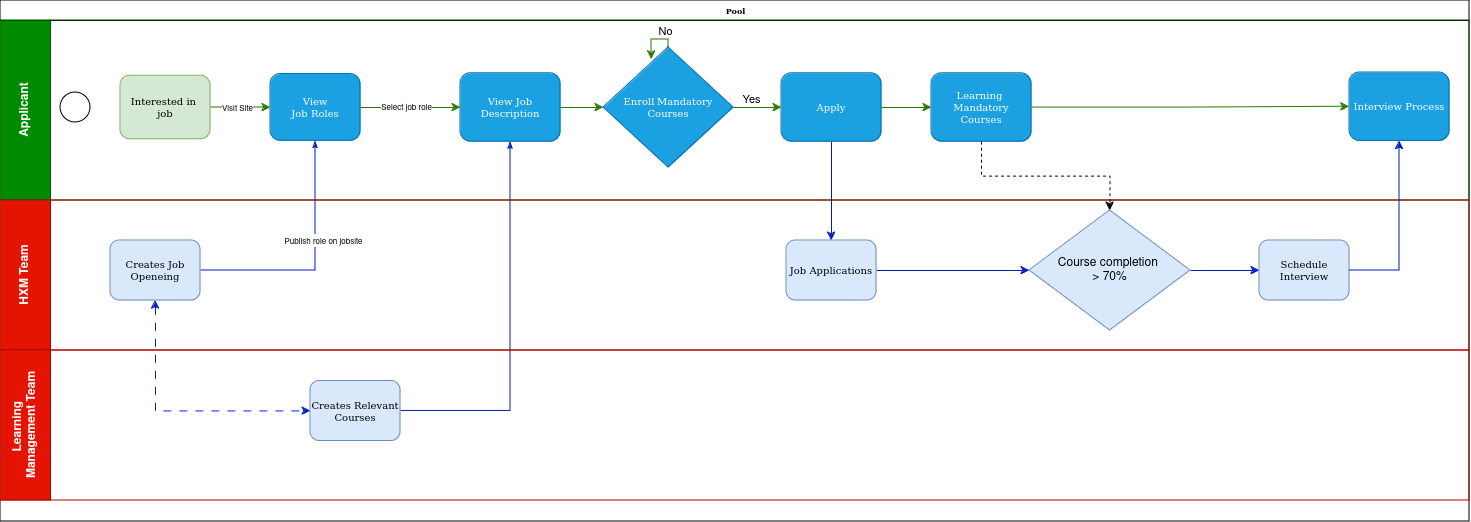
Earlier version of the draw.io export BPMN/Untitled Diagram.drawio.png (Meharaj-thoufik/Quality-Candidate-Recruit). Source tidied: cells renumbered, new cells last; positions are measured from the earlier drawing's top-left corner, leaving out a move shared by most shapes.
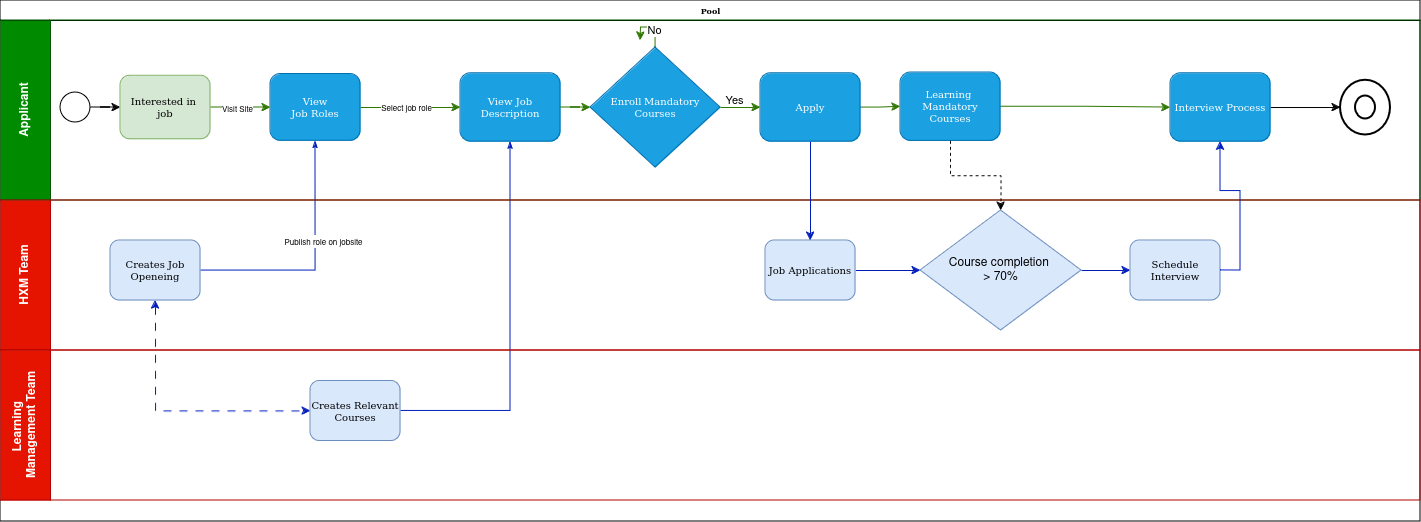
After the commit.

Diff of the diagram source:
```diff
@@ -3,7 +3,7 @@
     <mxCell id="0" />
     <mxCell id="1" parent="0" />
     <mxCell id="2" value="Pool" style="swimlane;html=1;horizontal=1;startSize=20;rounded=0;shadow=0;labelBackgroundColor=none;strokeWidth=1;fontFamily=Verdana;fontSize=8;align=center;" parent="1" vertex="1">
-      <mxGeometry width="1469" height="521" as="geometry" />
+      <mxGeometry width="1420" height="521" as="geometry" />
     </mxCell>
     <mxCell id="3" style="edgeStyle=orthogonalEdgeStyle;rounded=0;html=1;labelBackgroundColor=none;startArrow=none;startFill=0;startSize=5;endArrow=classicThin;endFill=1;endSize=5;jettySize=auto;strokeWidth=1;fontFamily=Verdana;fontSize=8;entryX=0.5;entryY=1;entryDx=0;entryDy=0;fillColor=#0050ef;strokeColor=#001DBC;" parent="2" edge="1" source="34" target="15">
       <mxGeometry relative="1" as="geometry" />
@@ -20,8 +20,11 @@
       </mxGeometry>
     </mxCell>
     <mxCell id="7" value="Applicant" style="swimlane;html=1;startSize=50;horizontal=0;fillColor=#008a00;fontColor=#ffffff;strokeColor=#005700;" parent="2" vertex="1">
-      <mxGeometry y="20" width="1469" height="180" as="geometry" />
+      <mxGeometry y="20" width="1420" height="180" as="geometry" />
     </mxCell>
+    <mxCell id="38" style="edgeStyle=orthogonalEdgeStyle;rounded=0;jettySize=auto;html=1;entryX=0;entryY=0.5;entryDx=0;entryDy=0;" parent="7" edge="1" source="8" target="11">
+      <mxGeometry relative="1" as="geometry" />
+    </mxCell>
     <mxCell id="8" style="ellipse;whiteSpace=wrap;html=1;rounded=0;shadow=0;labelBackgroundColor=none;strokeWidth=1;fontFamily=Verdana;fontSize=8;align=center;" parent="7" vertex="1">
       <mxGeometry x="60" y="72" width="30" height="30" as="geometry" />
     </mxCell>
@@ -48,16 +51,16 @@
     <mxCell id="15" value="&lt;div style=&quot;font-size: 10px;&quot;&gt;&lt;font style=&quot;font-size: 10px;&quot;&gt;View Job Description &lt;br&gt;&lt;/font&gt;&lt;/div&gt;" style="rounded=1;whiteSpace=wrap;html=1;shadow=0;labelBackgroundColor=none;strokeWidth=1;fontFamily=Verdana;fontSize=8;align=center;fillColor=#1ba1e2;fontColor=#ffffff;strokeColor=#006EAF;" parent="7" vertex="1">
       <mxGeometry x="460" y="52.8" width="100" height="68.4" as="geometry" />
     </mxCell>
+    <mxCell id="39" style="edgeStyle=orthogonalEdgeStyle;rounded=0;jettySize=auto;html=1;fillColor=#60a917;strokeColor=#2D7600;" parent="7" edge="1" source="17">
+      <mxGeometry relative="1" as="geometry">
+        <mxPoint x="640" y="20" as="targetPoint" />
+      </mxGeometry>
+    </mxCell>
-    <mxCell id="16" value="No" style="edgeStyle=orthogonalEdgeStyle;rounded=0;orthogonalLoop=1;jettySize=auto;html=1;strokeColor=#2D7600;fillColor=#60a917;exitX=0.5;exitY=0;exitDx=0;exitDy=0;exitPerimeter=0;entryX=0.369;entryY=0.1;entryDx=0;entryDy=0;entryPerimeter=0;" parent="7" edge="1" source="17" target="17">
-      <mxGeometry x="-0.52" y="-8" relative="1" as="geometry">
-        <Array as="points">
-          <mxPoint x="668" y="19" />
-          <mxPoint x="651" y="19" />
-        </Array>
-      </mxGeometry>
+    <mxCell id="16" value="No" style="edgeLabel;html=1;align=center;verticalAlign=middle;" parent="39" vertex="1">
+      <mxGeometry x="-0.28" y="2" relative="1" as="geometry" />
     </mxCell>
     <mxCell id="17" value="&lt;font style=&quot;font-size: 10px;&quot;&gt;Enroll&lt;/font&gt; &lt;font style=&quot;font-size: 10px;&quot;&gt;&lt;font style=&quot;font-size: 10px;&quot;&gt;Mandatory Courses&lt;/font&gt;&lt;/font&gt;" style="strokeWidth=1;html=1;shape=mxgraph.flowchart.decision;whiteSpace=wrap;rounded=1;shadow=0;labelBackgroundColor=none;fontFamily=Verdana;fontSize=8;align=center;fillColor=#1ba1e2;fontColor=#ffffff;strokeColor=#006EAF;" parent="7" vertex="1">
-      <mxGeometry x="603" y="27" width="130" height="120" as="geometry" />
+      <mxGeometry x="590" y="27" width="130" height="120" as="geometry" />
     </mxCell>
     <mxCell id="18" style="edgeStyle=orthogonalEdgeStyle;rounded=0;jettySize=auto;html=1;entryX=0;entryY=0.5;entryDx=0;entryDy=0;entryPerimeter=0;strokeColor=#2D7600;fillColor=#60a917;" parent="7" edge="1" source="15" target="17">
       <mxGeometry relative="1" as="geometry" />
@@ -66,13 +69,13 @@
       <mxGeometry relative="1" as="geometry" />
     </mxCell>
     <mxCell id="20" value="&lt;div style=&quot;font-size: 10px;&quot;&gt;&lt;font style=&quot;font-size: 10px;&quot;&gt;Learning&amp;nbsp;&lt;/font&gt;&lt;/div&gt;&lt;div style=&quot;font-size: 10px;&quot;&gt;&lt;font style=&quot;font-size: 10px;&quot;&gt;Mandatory&lt;/font&gt;&lt;/div&gt;&lt;div style=&quot;font-size: 10px;&quot;&gt;&lt;font style=&quot;font-size: 10px;&quot;&gt;Courses&lt;br&gt;&lt;/font&gt;&lt;/div&gt;" style="rounded=1;whiteSpace=wrap;html=1;shadow=0;labelBackgroundColor=none;strokeWidth=1;fontFamily=Verdana;fontSize=8;align=center;fillColor=#1ba1e2;fontColor=#ffffff;strokeColor=#006EAF;" parent="7" vertex="1">
-      <mxGeometry x="931" y="52.8" width="100" height="68.4" as="geometry" />
+      <mxGeometry x="900" y="52" width="100" height="68.4" as="geometry" />
     </mxCell>
     <mxCell id="21" style="edgeStyle=orthogonalEdgeStyle;rounded=0;jettySize=auto;html=1;exitX=1;exitY=0.5;exitDx=0;exitDy=0;entryX=0;entryY=0.5;entryDx=0;entryDy=0;fillColor=#60a917;strokeColor=#2D7600;" parent="7" edge="1" source="22" target="20">
       <mxGeometry relative="1" as="geometry" />
     </mxCell>
     <mxCell id="22" value="&lt;font style=&quot;font-size: 10px;&quot;&gt;Apply&lt;/font&gt;" style="rounded=1;whiteSpace=wrap;html=1;shadow=0;labelBackgroundColor=none;strokeWidth=1;fontFamily=Verdana;fontSize=8;align=center;fillColor=#1ba1e2;fontColor=#ffffff;strokeColor=#006EAF;" parent="7" vertex="1">
-      <mxGeometry x="781" y="52.8" width="100" height="68.4" as="geometry" />
+      <mxGeometry x="760" y="52.8" width="100" height="68.4" as="geometry" />
     </mxCell>
     <mxCell id="23" style="edgeStyle=orthogonalEdgeStyle;rounded=0;jettySize=auto;html=1;strokeColor=#2D7600;fillColor=#60a917;entryX=0;entryY=0.5;entryDx=0;entryDy=0;" parent="7" edge="1" source="17" target="22">
       <mxGeometry relative="1" as="geometry" />
@@ -82,11 +85,20 @@
         <mxPoint x="-8" y="-10" as="offset" />
       </mxGeometry>
     </mxCell>
+    <mxCell id="40" style="edgeStyle=orthogonalEdgeStyle;rounded=0;jettySize=auto;html=1;" parent="7" edge="1" source="25" target="41">
+      <mxGeometry relative="1" as="geometry" />
+    </mxCell>
     <mxCell id="25" value="&lt;font style=&quot;font-size: 10px;&quot;&gt;Interview Process&lt;/font&gt;" style="rounded=1;whiteSpace=wrap;html=1;shadow=0;labelBackgroundColor=none;strokeWidth=1;fontFamily=Verdana;fontSize=8;align=center;fillColor=#1ba1e2;fontColor=#ffffff;strokeColor=#006EAF;" parent="7" vertex="1">
-      <mxGeometry x="1349" y="52" width="100" height="68.4" as="geometry" />
+      <mxGeometry x="1170" y="52.8" width="100" height="68.4" as="geometry" />
     </mxCell>
+    <mxCell id="41" style="strokeWidth=2;html=1;shape=mxgraph.flowchart.start_2;whiteSpace=wrap;" parent="7" vertex="1">
+      <mxGeometry x="1340" y="59.6" width="50" height="54.8" as="geometry" />
+    </mxCell>
+    <mxCell id="42" style="strokeWidth=2;html=1;shape=mxgraph.flowchart.start_2;whiteSpace=wrap;" parent="7" vertex="1">
+      <mxGeometry x="1355" y="75.5" width="20" height="23" as="geometry" />
+    </mxCell>
     <mxCell id="26" value="HXM Team" style="swimlane;html=1;startSize=50;horizontal=0;fillColor=#e51400;fontColor=#ffffff;strokeColor=#B20000;" parent="2" vertex="1">
-      <mxGeometry y="200" width="1469" height="150" as="geometry" />
+      <mxGeometry y="200" width="1420" height="150" as="geometry" />
     </mxCell>
     <mxCell id="27" value="&lt;font size=&quot;1&quot;&gt;&lt;span&gt;Creates Job Openeing &lt;/span&gt;&lt;/font&gt;" style="rounded=1;whiteSpace=wrap;html=1;shadow=0;labelBackgroundColor=none;strokeWidth=1;fontFamily=Verdana;fontSize=8;align=center;fillColor=#dae8fc;strokeColor=#6c8ebf;" parent="26" vertex="1">
       <mxGeometry x="110" y="40" width="90" height="60" as="geometry" />
@@ -95,19 +107,19 @@
       <mxGeometry relative="1" as="geometry" />
     </mxCell>
     <mxCell id="29" value="&lt;font style=&quot;font-size: 10px;&quot;&gt;Job Applications&lt;br&gt;&lt;/font&gt;" style="rounded=1;whiteSpace=wrap;html=1;shadow=0;labelBackgroundColor=none;strokeWidth=1;fontFamily=Verdana;fontSize=8;align=center;fillColor=#dae8fc;strokeColor=#6c8ebf;" parent="26" vertex="1">
-      <mxGeometry x="786" y="40" width="90" height="60" as="geometry" />
+      <mxGeometry x="765" y="40" width="90" height="60" as="geometry" />
     </mxCell>
     <mxCell id="30" style="edgeStyle=orthogonalEdgeStyle;rounded=0;jettySize=auto;html=1;entryX=0;entryY=0.5;entryDx=0;entryDy=0;fillColor=#0050ef;strokeColor=#001DBC;" parent="26" edge="1" source="31" target="32">
       <mxGeometry relative="1" as="geometry" />
     </mxCell>
     <mxCell id="31" value="&lt;div&gt;Course completion&amp;nbsp;&lt;/div&gt;&lt;div&gt;&amp;gt; 70%&lt;/div&gt;" style="rhombus;whiteSpace=wrap;html=1;fillColor=#dae8fc;strokeColor=#6c8ebf;" parent="26" vertex="1">
-      <mxGeometry x="1029" y="10" width="161" height="120" as="geometry" />
+      <mxGeometry x="920" y="10" width="161" height="120" as="geometry" />
     </mxCell>
     <mxCell id="32" value="&lt;font style=&quot;font-size: 10px;&quot;&gt;Schedule Interview &lt;br&gt;&lt;/font&gt;" style="rounded=1;whiteSpace=wrap;html=1;shadow=0;labelBackgroundColor=none;strokeWidth=1;fontFamily=Verdana;fontSize=8;align=center;fillColor=#dae8fc;strokeColor=#6c8ebf;" parent="26" vertex="1">
-      <mxGeometry x="1259" y="40" width="90" height="60" as="geometry" />
+      <mxGeometry x="1130" y="40" width="90" height="60" as="geometry" />
     </mxCell>
     <mxCell id="33" value="&lt;div&gt;Learning&amp;nbsp;&lt;/div&gt;&lt;div&gt;Management Team&lt;br&gt;&lt;/div&gt;" style="swimlane;html=1;startSize=50;horizontal=0;fillColor=#e51400;fontColor=#ffffff;strokeColor=#B20000;" parent="2" vertex="1">
-      <mxGeometry y="350" width="1469" height="150" as="geometry" />
+      <mxGeometry y="350" width="1420" height="150" as="geometry" />
     </mxCell>
     <mxCell id="34" value="&lt;div&gt;&lt;font size=&quot;1&quot;&gt;&lt;span&gt;Creates Relevant&lt;/span&gt;&lt;/font&gt;&lt;/div&gt;&lt;div&gt;&lt;font size=&quot;1&quot;&gt;&lt;span&gt;Courses &lt;/span&gt;&lt;/font&gt;&lt;/div&gt;" style="rounded=1;whiteSpace=wrap;html=1;shadow=0;labelBackgroundColor=none;strokeWidth=1;fontFamily=Verdana;fontSize=8;align=center;fillColor=#dae8fc;strokeColor=#6c8ebf;" parent="33" vertex="1">
       <mxGeometry x="310" y="30.5" width="90" height="60" as="geometry" />
```
